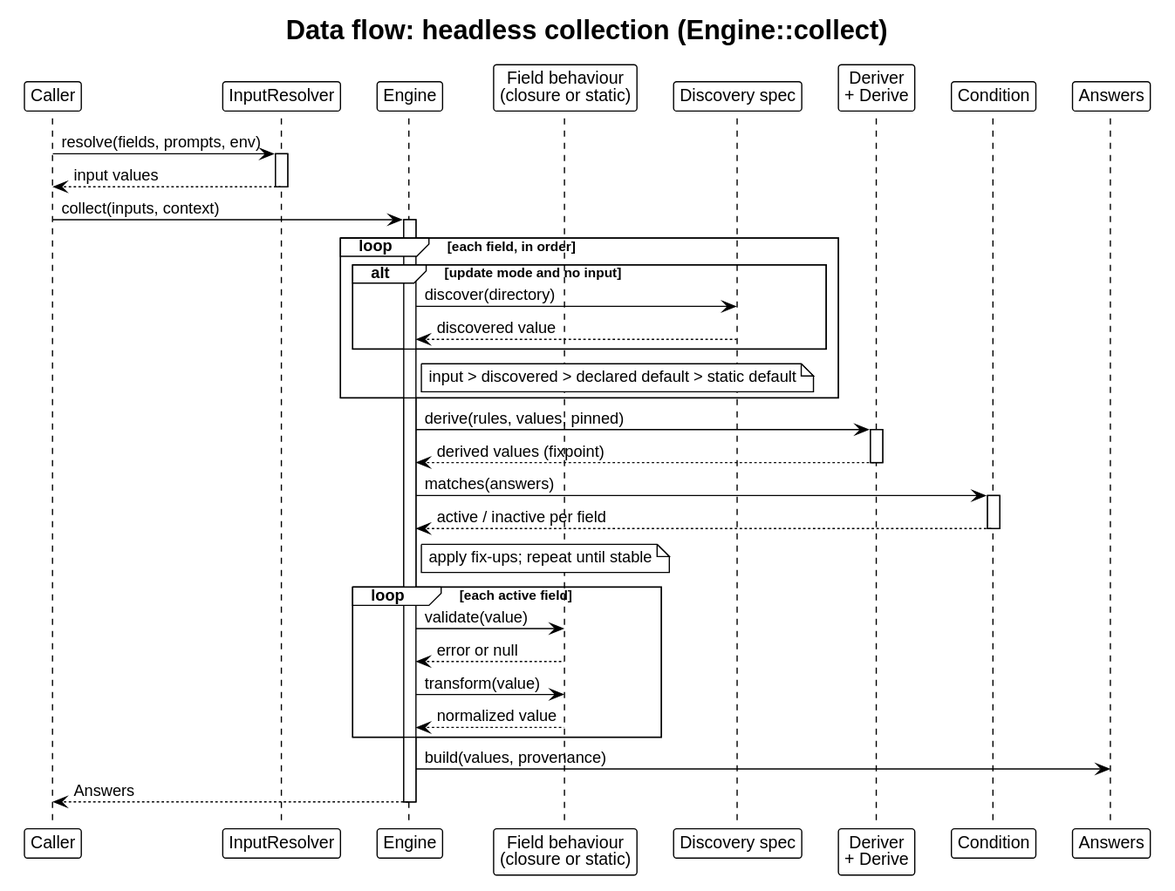
Above: docs/architecture/dataflow-collect.svg in drevops/tui (PlantUML), before the change.
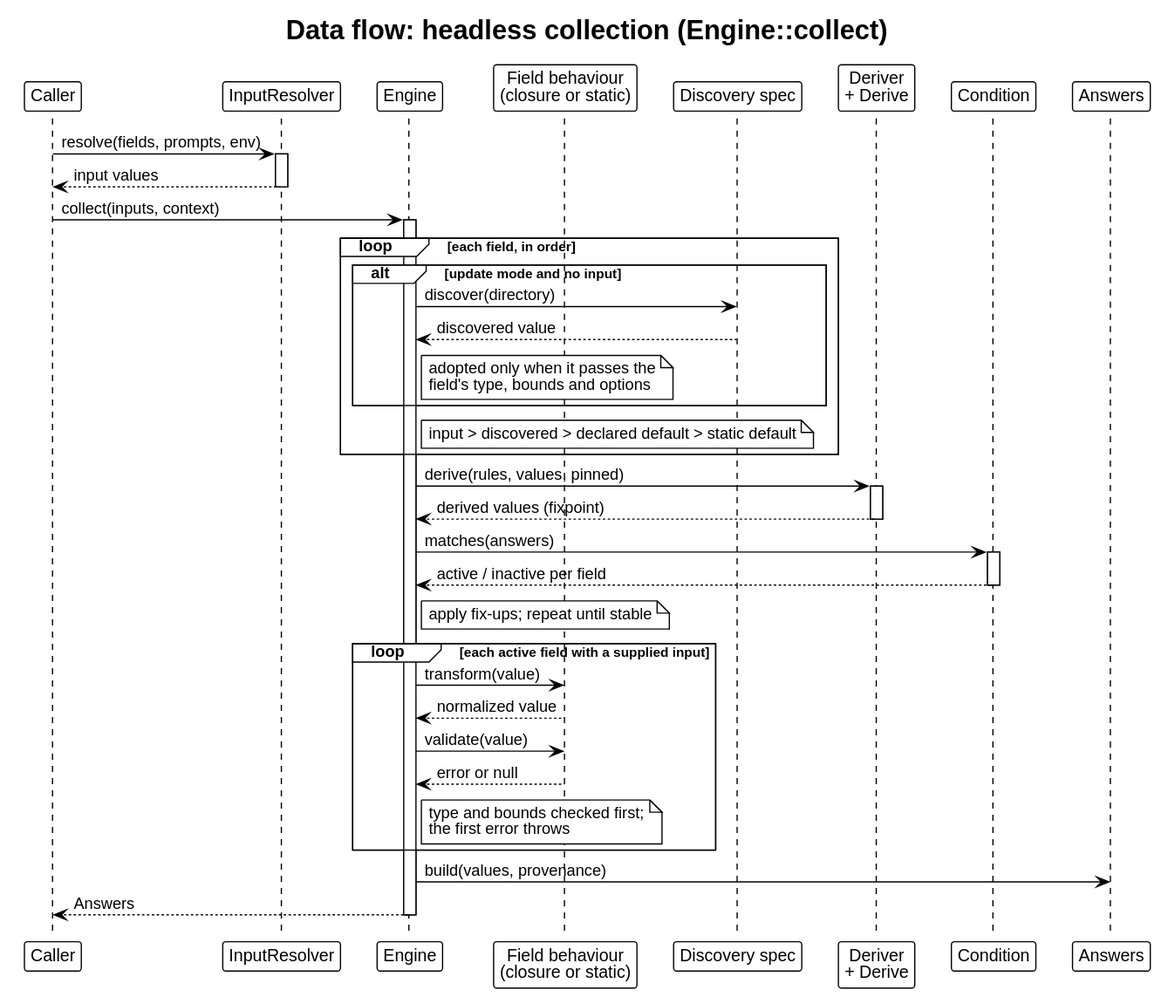
After the commit.

Commit message:
Updated the architecture walkthrough and collect data-flow diagram to match the hardened collection lifecycle.

Diff of the diagram source:
```diff
@@ -26,6 +26,7 @@
   alt update mode and no input
     Eng -> Disc: discover(directory)
     Disc --> Eng: discovered value
+    note right of Eng: adopted only when it passes the\nfield's type, bounds and options
   end
   note right of Eng: input > discovered > declared default > static default
 end
@@ -40,11 +41,12 @@
 deactivate CE
 note right of Eng: apply fix-ups; repeat until stable
 
-loop each active field
+loop each active field with a supplied input
+  Eng -> B: transform(value)
+  B --> Eng: normalized value
   Eng -> B: validate(value)
   B --> Eng: error or null
-  Eng -> B: transform(value)
-  B --> Eng: normalized value
+  note right of Eng: type and bounds checked first;\nthe first error throws
 end
 
 Eng -> Ans: build(values, provenance)
```
